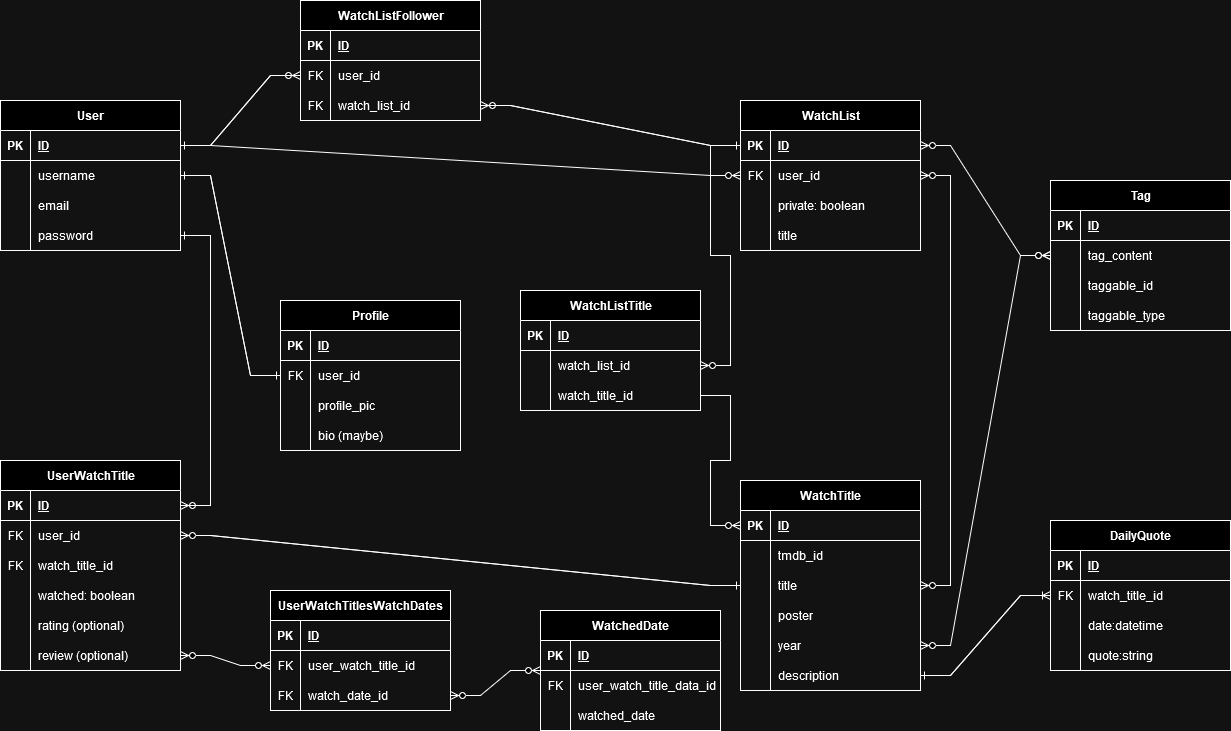
This is watchlist_final.png from tsfento/watchlist-api, a draw.io export, as it was before one commit. Source tidied: cells renumbered, new cells last; positions are measured from the earlier drawing's top-left corner, leaving out a move shared by most shapes.
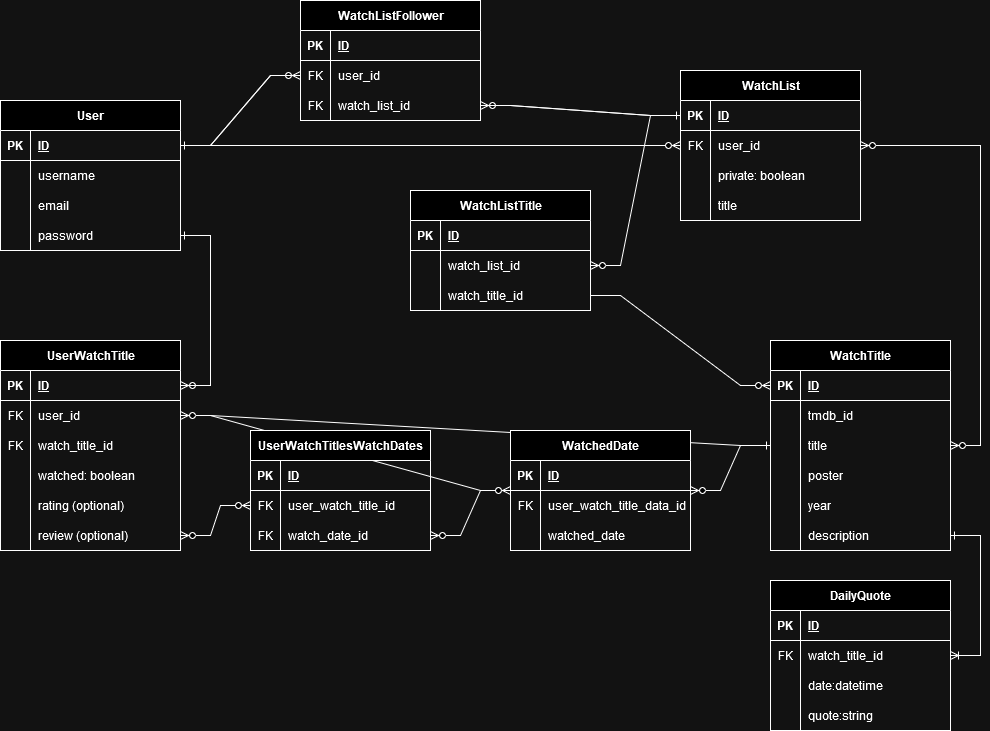
The same file after the commit.

The edit, as a diff of the source:
```diff
@@ -42,7 +42,7 @@
       <mxGeometry x="30" width="150" height="30" as="geometry" />
     </mxCell>
     <mxCell id="15" value="&lt;div&gt;WatchList&lt;/div&gt;" style="shape=table;startSize=30;rowLines=0;fontStyle=1;align=center;html=1;" parent="1" vertex="1">
-      <mxGeometry x="740" y="100" width="180" height="150" as="geometry" />
+      <mxGeometry x="680" y="70" width="180" height="150" as="geometry" />
     </mxCell>
     <mxCell id="16" style="shape=tableRow;horizontal=0;startSize=0;swimlaneHead=0;swimlaneBody=0;fillColor=none;points=[[0,0.5],[1,0.5]];portConstraint=eastwest;top=0;left=0;right=0;bottom=1;" parent="15" vertex="1">
       <mxGeometry y="30" width="180" height="30" as="geometry" />
@@ -81,7 +81,7 @@
       <mxGeometry x="30" width="150" height="30" as="geometry" />
     </mxCell>
     <mxCell id="28" value="WatchTitle" style="shape=table;startSize=30;rowLines=0;fontStyle=1;align=center;html=1;" parent="1" vertex="1">
-      <mxGeometry x="740" y="480" width="180" height="210" as="geometry" />
+      <mxGeometry x="770" y="340" width="180" height="210" as="geometry" />
     </mxCell>
     <mxCell id="29" style="shape=tableRow;horizontal=0;startSize=0;swimlaneHead=0;swimlaneBody=0;fillColor=none;points=[[0,0.5],[1,0.5]];portConstraint=eastwest;top=0;left=0;right=0;bottom=1;" parent="28" vertex="1">
       <mxGeometry y="30" width="180" height="30" as="geometry" />
@@ -138,7 +138,7 @@
       <mxGeometry x="30" width="150" height="30" as="geometry" />
     </mxCell>
     <mxCell id="47" value="&lt;div&gt;UserWatchTitle&lt;/div&gt;" style="shape=table;startSize=30;rowLines=0;fontStyle=1;align=center;html=1;" parent="1" vertex="1">
-      <mxGeometry y="460" width="180" height="210" as="geometry" />
+      <mxGeometry y="340" width="180" height="210" as="geometry" />
     </mxCell>
     <mxCell id="48" style="shape=tableRow;horizontal=0;startSize=0;swimlaneHead=0;swimlaneBody=0;fillColor=none;points=[[0,0.5],[1,0.5]];portConstraint=eastwest;top=0;left=0;right=0;bottom=1;" parent="47" vertex="1">
       <mxGeometry y="30" width="180" height="30" as="geometry" />
@@ -194,117 +194,6 @@
     <mxCell id="65" value="review (optional)" style="shape=partialRectangle;fillColor=none;top=0;left=0;bottom=0;right=0;align=left;spacingLeft=6;overflow=hidden;whiteSpace=wrap;html=1;" parent="63" vertex="1">
       <mxGeometry x="30" width="150" height="30" as="geometry" />
     </mxCell>
-    <mxCell id="66" value="WatchedDate" style="shape=table;startSize=30;rowLines=0;fontStyle=1;align=center;html=1;" parent="1" vertex="1">
-      <mxGeometry x="540" y="610" width="180" height="120" as="geometry" />
-    </mxCell>
-    <mxCell id="67" style="shape=tableRow;horizontal=0;startSize=0;swimlaneHead=0;swimlaneBody=0;fillColor=none;top=0;left=0;right=0;bottom=1;" parent="66" vertex="1">
-      <mxGeometry y="30" width="180" height="30" as="geometry" />
-    </mxCell>
-    <mxCell id="68" value="PK" style="shape=partialRectangle;fillColor=none;top=0;left=0;bottom=0;right=0;fontStyle=1;overflow=hidden;whiteSpace=wrap;html=1;" parent="67" vertex="1">
-      <mxGeometry width="30" height="30" as="geometry" />
-    </mxCell>
-    <mxCell id="69" value="ID" style="shape=partialRectangle;fillColor=none;top=0;left=0;bottom=0;right=0;align=left;spacingLeft=6;fontStyle=5;overflow=hidden;whiteSpace=wrap;html=1;" parent="67" vertex="1">
-      <mxGeometry x="30" width="150" height="30" as="geometry" />
-    </mxCell>
-    <mxCell id="70" style="shape=tableRow;horizontal=0;startSize=0;swimlaneHead=0;swimlaneBody=0;fillColor=none;top=0;left=0;right=0;bottom=0;" parent="66" vertex="1">
-      <mxGeometry y="60" width="180" height="30" as="geometry" />
-    </mxCell>
-    <mxCell id="71" value="FK" style="shape=partialRectangle;fillColor=none;top=0;left=0;bottom=0;right=0;overflow=hidden;whiteSpace=wrap;html=1;" parent="70" vertex="1">
-      <mxGeometry width="30" height="30" as="geometry" />
-    </mxCell>
-    <mxCell id="72" value="&lt;div&gt;user_watch_title_data_id&lt;/div&gt;" style="shape=partialRectangle;fillColor=none;top=0;left=0;bottom=0;right=0;align=left;spacingLeft=6;overflow=hidden;whiteSpace=wrap;html=1;" parent="70" vertex="1">
-      <mxGeometry x="30" width="150" height="30" as="geometry" />
-    </mxCell>
-    <mxCell id="73" style="shape=tableRow;horizontal=0;startSize=0;swimlaneHead=0;swimlaneBody=0;fillColor=none;top=0;left=0;right=0;bottom=0;" parent="66" vertex="1">
-      <mxGeometry y="90" width="180" height="30" as="geometry" />
-    </mxCell>
-    <mxCell id="74" style="shape=partialRectangle;fillColor=none;top=0;left=0;bottom=0;right=0;overflow=hidden;whiteSpace=wrap;html=1;" parent="73" vertex="1">
-      <mxGeometry width="30" height="30" as="geometry" />
-    </mxCell>
-    <mxCell id="75" value="watched_date" style="shape=partialRectangle;fillColor=none;top=0;left=0;bottom=0;right=0;align=left;spacingLeft=6;overflow=hidden;whiteSpace=wrap;html=1;" parent="73" vertex="1">
-      <mxGeometry x="30" width="150" height="30" as="geometry" />
-    </mxCell>
-    <mxCell id="76" value="Tag" style="shape=table;startSize=30;rowLines=0;fontStyle=1;align=center;html=1;" parent="1" vertex="1">
-      <mxGeometry x="1050" y="180" width="180" height="150" as="geometry" />
-    </mxCell>
-    <mxCell id="77" style="shape=tableRow;horizontal=0;startSize=0;swimlaneHead=0;swimlaneBody=0;fillColor=none;top=0;left=0;right=0;bottom=1;" parent="76" vertex="1">
-      <mxGeometry y="30" width="180" height="30" as="geometry" />
-    </mxCell>
-    <mxCell id="78" value="PK" style="shape=partialRectangle;fillColor=none;top=0;left=0;bottom=0;right=0;fontStyle=1;overflow=hidden;whiteSpace=wrap;html=1;" parent="77" vertex="1">
-      <mxGeometry width="30" height="30" as="geometry" />
-    </mxCell>
-    <mxCell id="79" value="ID" style="shape=partialRectangle;fillColor=none;top=0;left=0;bottom=0;right=0;align=left;spacingLeft=6;fontStyle=5;overflow=hidden;whiteSpace=wrap;html=1;" parent="77" vertex="1">
-      <mxGeometry x="30" width="150" height="30" as="geometry" />
-    </mxCell>
-    <mxCell id="80" style="shape=tableRow;horizontal=0;startSize=0;swimlaneHead=0;swimlaneBody=0;fillColor=none;top=0;left=0;right=0;bottom=0;" parent="76" vertex="1">
-      <mxGeometry y="60" width="180" height="30" as="geometry" />
-    </mxCell>
-    <mxCell id="81" style="shape=partialRectangle;fillColor=none;top=0;left=0;bottom=0;right=0;overflow=hidden;whiteSpace=wrap;html=1;" parent="80" vertex="1">
-      <mxGeometry width="30" height="30" as="geometry" />
-    </mxCell>
-    <mxCell id="82" value="tag_content" style="shape=partialRectangle;fillColor=none;top=0;left=0;bottom=0;right=0;align=left;spacingLeft=6;overflow=hidden;whiteSpace=wrap;html=1;" parent="80" vertex="1">
-      <mxGeometry x="30" width="150" height="30" as="geometry" />
-    </mxCell>
-    <mxCell id="83" style="shape=tableRow;horizontal=0;startSize=0;swimlaneHead=0;swimlaneBody=0;fillColor=none;top=0;left=0;right=0;bottom=0;" parent="76" vertex="1">
-      <mxGeometry y="90" width="180" height="30" as="geometry" />
-    </mxCell>
-    <mxCell id="84" style="shape=partialRectangle;fillColor=none;top=0;left=0;bottom=0;right=0;overflow=hidden;whiteSpace=wrap;html=1;" parent="83" vertex="1">
-      <mxGeometry width="30" height="30" as="geometry" />
-    </mxCell>
-    <mxCell id="85" value="taggable_id" style="shape=partialRectangle;fillColor=none;top=0;left=0;bottom=0;right=0;align=left;spacingLeft=6;overflow=hidden;whiteSpace=wrap;html=1;" parent="83" vertex="1">
-      <mxGeometry x="30" width="150" height="30" as="geometry" />
-    </mxCell>
-    <mxCell id="86" style="shape=tableRow;horizontal=0;startSize=0;swimlaneHead=0;swimlaneBody=0;fillColor=none;top=0;left=0;right=0;bottom=0;" parent="76" vertex="1">
-      <mxGeometry y="120" width="180" height="30" as="geometry" />
-    </mxCell>
-    <mxCell id="87" style="shape=partialRectangle;fillColor=none;top=0;left=0;bottom=0;right=0;overflow=hidden;whiteSpace=wrap;html=1;" parent="86" vertex="1">
-      <mxGeometry width="30" height="30" as="geometry" />
-    </mxCell>
-    <mxCell id="88" value="taggable_type" style="shape=partialRectangle;fillColor=none;top=0;left=0;bottom=0;right=0;align=left;spacingLeft=6;overflow=hidden;whiteSpace=wrap;html=1;" parent="86" vertex="1">
-      <mxGeometry x="30" width="150" height="30" as="geometry" />
-    </mxCell>
-    <mxCell id="89" value="Profile" style="shape=table;startSize=30;rowLines=0;fontStyle=1;align=center;html=1;" parent="1" vertex="1">
-      <mxGeometry x="280" y="300" width="180" height="150" as="geometry" />
-    </mxCell>
-    <mxCell id="90" style="shape=tableRow;horizontal=0;startSize=0;swimlaneHead=0;swimlaneBody=0;fillColor=none;top=0;left=0;right=0;bottom=1;" parent="89" vertex="1">
-      <mxGeometry y="30" width="180" height="30" as="geometry" />
-    </mxCell>
-    <mxCell id="91" value="PK" style="shape=partialRectangle;fillColor=none;top=0;left=0;bottom=0;right=0;fontStyle=1;overflow=hidden;whiteSpace=wrap;html=1;" parent="90" vertex="1">
-      <mxGeometry width="30" height="30" as="geometry" />
-    </mxCell>
-    <mxCell id="92" value="ID" style="shape=partialRectangle;fillColor=none;top=0;left=0;bottom=0;right=0;align=left;spacingLeft=6;fontStyle=5;overflow=hidden;whiteSpace=wrap;html=1;" parent="90" vertex="1">
-      <mxGeometry x="30" width="150" height="30" as="geometry" />
-    </mxCell>
-    <mxCell id="93" style="shape=tableRow;horizontal=0;startSize=0;swimlaneHead=0;swimlaneBody=0;fillColor=none;top=0;left=0;right=0;bottom=0;" parent="89" vertex="1">
-      <mxGeometry y="60" width="180" height="30" as="geometry" />
-    </mxCell>
-    <mxCell id="94" value="FK" style="shape=partialRectangle;fillColor=none;top=0;left=0;bottom=0;right=0;overflow=hidden;whiteSpace=wrap;html=1;" parent="93" vertex="1">
-      <mxGeometry width="30" height="30" as="geometry" />
-    </mxCell>
-    <mxCell id="95" value="user_id" style="shape=partialRectangle;fillColor=none;top=0;left=0;bottom=0;right=0;align=left;spacingLeft=6;overflow=hidden;whiteSpace=wrap;html=1;" parent="93" vertex="1">
-      <mxGeometry x="30" width="150" height="30" as="geometry" />
-    </mxCell>
-    <mxCell id="96" style="shape=tableRow;horizontal=0;startSize=0;swimlaneHead=0;swimlaneBody=0;fillColor=none;top=0;left=0;right=0;bottom=0;" parent="89" vertex="1">
-      <mxGeometry y="90" width="180" height="30" as="geometry" />
-    </mxCell>
-    <mxCell id="97" style="shape=partialRectangle;fillColor=none;top=0;left=0;bottom=0;right=0;overflow=hidden;whiteSpace=wrap;html=1;" parent="96" vertex="1">
-      <mxGeometry width="30" height="30" as="geometry" />
-    </mxCell>
-    <mxCell id="98" value="&lt;div&gt;profile_pic&lt;/div&gt;" style="shape=partialRectangle;fillColor=none;top=0;left=0;bottom=0;right=0;align=left;spacingLeft=6;overflow=hidden;whiteSpace=wrap;html=1;" parent="96" vertex="1">
-      <mxGeometry x="30" width="150" height="30" as="geometry" />
-    </mxCell>
-    <mxCell id="99" style="shape=tableRow;horizontal=0;startSize=0;swimlaneHead=0;swimlaneBody=0;fillColor=none;top=0;left=0;right=0;bottom=0;" parent="89" vertex="1">
-      <mxGeometry y="120" width="180" height="30" as="geometry" />
-    </mxCell>
-    <mxCell id="100" style="shape=partialRectangle;fillColor=none;top=0;left=0;bottom=0;right=0;overflow=hidden;whiteSpace=wrap;html=1;" parent="99" vertex="1">
-      <mxGeometry width="30" height="30" as="geometry" />
-    </mxCell>
-    <mxCell id="101" value="bio (maybe)" style="shape=partialRectangle;fillColor=none;top=0;left=0;bottom=0;right=0;align=left;spacingLeft=6;overflow=hidden;whiteSpace=wrap;html=1;" parent="99" vertex="1">
-      <mxGeometry x="30" width="150" height="30" as="geometry" />
-    </mxCell>
-    <mxCell id="102" style="edgeStyle=entityRelationEdgeStyle;fontSize=12;html=1;endArrow=ERone;endFill=1;rounded=0;" parent="1" edge="1" source="2" target="89">
-      <mxGeometry relative="1" as="geometry" />
-    </mxCell>
     <mxCell id="103" style="edgeStyle=entityRelationEdgeStyle;fontSize=12;html=1;endArrow=ERzeroToMany;endFill=1;rounded=0;exitX=1;exitY=0.5;exitDx=0;exitDy=0;" parent="1" edge="1" source="12" target="48">
       <mxGeometry relative="1" as="geometry" />
     </mxCell>
@@ -314,21 +203,12 @@
     <mxCell id="105" style="edgeStyle=entityRelationEdgeStyle;fontSize=12;html=1;endArrow=ERone;endFill=1;rounded=0;entryX=1;entryY=0.5;entryDx=0;entryDy=0;exitX=1;exitY=0.5;exitDx=0;exitDy=0;" parent="1" edge="1" source="48" target="12">
       <mxGeometry relative="1" as="geometry" />
     </mxCell>
-    <mxCell id="106" style="edgeStyle=entityRelationEdgeStyle;fontSize=12;html=1;endArrow=ERone;endFill=1;rounded=0;" parent="1" edge="1" source="89" target="2">
-      <mxGeometry relative="1" as="geometry" />
-    </mxCell>
-    <mxCell id="107" style="edgeStyle=entityRelationEdgeStyle;fontSize=12;html=1;endArrow=ERzeroToMany;endFill=1;rounded=0;" parent="1" edge="1" source="35" target="51">
+    <mxCell id="107" style="edgeStyle=entityRelationEdgeStyle;fontSize=12;html=1;endArrow=ERzeroToMany;endFill=1;rounded=0;" parent="1" edge="1" source="66" target="51">
       <mxGeometry relative="1" as="geometry" />
     </mxCell>
     <mxCell id="108" style="edgeStyle=entityRelationEdgeStyle;fontSize=12;html=1;endArrow=ERzeroToMany;endFill=1;startArrow=ERzeroToMany;rounded=0;" parent="1" edge="1" source="28" target="19">
       <mxGeometry relative="1" as="geometry" />
     </mxCell>
-    <mxCell id="109" style="edgeStyle=entityRelationEdgeStyle;fontSize=12;html=1;endArrow=ERzeroToMany;endFill=1;startArrow=ERzeroToMany;rounded=0;" parent="1" edge="1" source="16" target="76">
-      <mxGeometry relative="1" as="geometry" />
-    </mxCell>
-    <mxCell id="110" style="edgeStyle=entityRelationEdgeStyle;fontSize=12;html=1;endArrow=ERzeroToMany;endFill=1;startArrow=ERzeroToMany;rounded=0;" parent="1" edge="1" source="41" target="76">
-      <mxGeometry relative="1" as="geometry" />
-    </mxCell>
     <mxCell id="111" style="edgeStyle=entityRelationEdgeStyle;fontSize=12;html=1;endArrow=ERzeroToMany;endFill=1;startArrow=ERzeroToMany;rounded=0;" parent="1" edge="1" source="162" target="66">
       <mxGeometry relative="1" as="geometry" />
     </mxCell>
@@ -378,7 +258,7 @@
       <mxGeometry relative="1" as="geometry" />
     </mxCell>
     <mxCell id="127" value="WatchListTitle" style="shape=table;startSize=30;rowLines=0;fontStyle=1;align=center;html=1;" parent="1" vertex="1">
-      <mxGeometry x="520" y="290" width="180" height="120" as="geometry" />
+      <mxGeometry x="410" y="190" width="180" height="120" as="geometry" />
     </mxCell>
     <mxCell id="128" style="shape=tableRow;horizontal=0;startSize=0;swimlaneHead=0;swimlaneBody=0;fillColor=none;top=0;left=0;right=0;bottom=1;" parent="127" vertex="1">
       <mxGeometry y="30" width="180" height="30" as="geometry" />
@@ -419,7 +299,7 @@
       <mxGeometry relative="1" as="geometry" />
     </mxCell>
     <mxCell id="139" value="DailyQuote" style="shape=table;startSize=30;rowLines=0;fontStyle=1;align=center;html=1;" parent="1" vertex="1">
-      <mxGeometry x="1050" y="520" width="180" height="150" as="geometry" />
+      <mxGeometry x="770" y="580" width="180" height="150" as="geometry" />
     </mxCell>
     <mxCell id="140" style="shape=tableRow;horizontal=0;startSize=0;swimlaneHead=0;swimlaneBody=0;fillColor=none;top=0;left=0;right=0;bottom=1;" parent="139" vertex="1">
       <mxGeometry y="30" width="180" height="30" as="geometry" />
@@ -467,7 +347,7 @@
       <mxGeometry relative="1" as="geometry" />
     </mxCell>
     <mxCell id="155" value="UserWatchTitlesWatchDates" style="shape=table;startSize=30;rowLines=0;fontStyle=1;align=center;html=1;" parent="1" vertex="1">
-      <mxGeometry x="270" y="590" width="180" height="120" as="geometry" />
+      <mxGeometry x="250" y="430" width="180" height="120" as="geometry" />
     </mxCell>
     <mxCell id="156" style="shape=tableRow;horizontal=0;startSize=0;swimlaneHead=0;swimlaneBody=0;fillColor=none;top=0;left=0;right=0;bottom=1;" parent="155" vertex="1">
       <mxGeometry y="30" width="180" height="30" as="geometry" />
@@ -496,5 +376,38 @@
     <mxCell id="164" value="watch_date_id" style="shape=partialRectangle;fillColor=none;top=0;left=0;bottom=0;right=0;align=left;spacingLeft=6;overflow=hidden;whiteSpace=wrap;html=1;" parent="162" vertex="1">
       <mxGeometry x="30" width="150" height="30" as="geometry" />
     </mxCell>
+    <mxCell id="165" style="edgeStyle=entityRelationEdgeStyle;fontSize=12;html=1;endArrow=ERzeroToMany;endFill=1;rounded=0;" parent="1" edge="1" source="35" target="66">
+      <mxGeometry relative="1" as="geometry" />
+    </mxCell>
+    <mxCell id="66" value="WatchedDate" style="shape=table;startSize=30;rowLines=0;fontStyle=1;align=center;html=1;" parent="1" vertex="1">
+      <mxGeometry x="510" y="430" width="180" height="120" as="geometry" />
+    </mxCell>
+    <mxCell id="67" style="shape=tableRow;horizontal=0;startSize=0;swimlaneHead=0;swimlaneBody=0;fillColor=none;top=0;left=0;right=0;bottom=1;" parent="66" vertex="1">
+      <mxGeometry y="30" width="180" height="30" as="geometry" />
+    </mxCell>
+    <mxCell id="68" value="PK" style="shape=partialRectangle;fillColor=none;top=0;left=0;bottom=0;right=0;fontStyle=1;overflow=hidden;whiteSpace=wrap;html=1;" parent="67" vertex="1">
+      <mxGeometry width="30" height="30" as="geometry" />
+    </mxCell>
+    <mxCell id="69" value="ID" style="shape=partialRectangle;fillColor=none;top=0;left=0;bottom=0;right=0;align=left;spacingLeft=6;fontStyle=5;overflow=hidden;whiteSpace=wrap;html=1;" parent="67" vertex="1">
+      <mxGeometry x="30" width="150" height="30" as="geometry" />
+    </mxCell>
+    <mxCell id="70" style="shape=tableRow;horizontal=0;startSize=0;swimlaneHead=0;swimlaneBody=0;fillColor=none;top=0;left=0;right=0;bottom=0;" parent="66" vertex="1">
+      <mxGeometry y="60" width="180" height="30" as="geometry" />
+    </mxCell>
+    <mxCell id="71" value="FK" style="shape=partialRectangle;fillColor=none;top=0;left=0;bottom=0;right=0;overflow=hidden;whiteSpace=wrap;html=1;" parent="70" vertex="1">
+      <mxGeometry width="30" height="30" as="geometry" />
+    </mxCell>
+    <mxCell id="72" value="&lt;div&gt;user_watch_title_data_id&lt;/div&gt;" style="shape=partialRectangle;fillColor=none;top=0;left=0;bottom=0;right=0;align=left;spacingLeft=6;overflow=hidden;whiteSpace=wrap;html=1;" parent="70" vertex="1">
+      <mxGeometry x="30" width="150" height="30" as="geometry" />
+    </mxCell>
+    <mxCell id="73" style="shape=tableRow;horizontal=0;startSize=0;swimlaneHead=0;swimlaneBody=0;fillColor=none;top=0;left=0;right=0;bottom=0;" parent="66" vertex="1">
+      <mxGeometry y="90" width="180" height="30" as="geometry" />
+    </mxCell>
+    <mxCell id="74" style="shape=partialRectangle;fillColor=none;top=0;left=0;bottom=0;right=0;overflow=hidden;whiteSpace=wrap;html=1;" parent="73" vertex="1">
+      <mxGeometry width="30" height="30" as="geometry" />
+    </mxCell>
+    <mxCell id="75" value="watched_date" style="shape=partialRectangle;fillColor=none;top=0;left=0;bottom=0;right=0;align=left;spacingLeft=6;overflow=hidden;whiteSpace=wrap;html=1;" parent="73" vertex="1">
+      <mxGeometry x="30" width="150" height="30" as="geometry" />
+    </mxCell>
   </root>
 </mxGraphModel>
```
